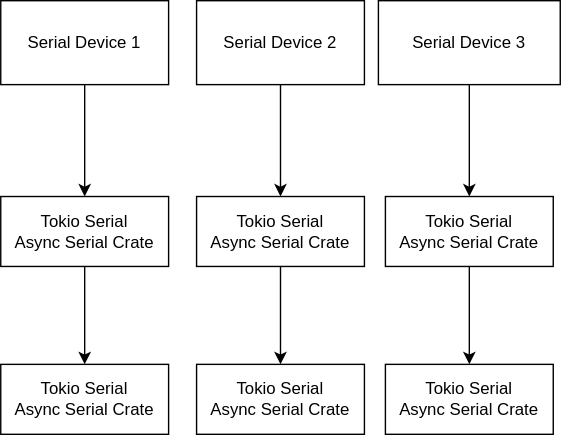
Above: serial2net-rs.svg in brandonrc/serial2net-rs (draw.io), before the change. Source tidied: cells renumbered, new cells last; positions are measured from the earlier drawing's top-left corner, leaving out a move shared by most shapes. The source it was exported from:
```xml
<mxGraphModel>
  <root>
    <mxCell id="0" />
    <mxCell id="1" parent="0" />
    <mxCell id="2" style="edgeStyle=orthogonalEdgeStyle;rounded=0;jettySize=auto;html=1;" parent="1" edge="1" source="3" target="9">
      <mxGeometry relative="1" as="geometry" />
    </mxCell>
    <mxCell id="3" value="Serial Device 1" style="rounded=0;whiteSpace=wrap;html=1;" parent="1" vertex="1">
      <mxGeometry width="120" height="60" as="geometry" />
    </mxCell>
    <mxCell id="4" style="edgeStyle=orthogonalEdgeStyle;rounded=0;jettySize=auto;html=1;" parent="1" edge="1" source="5" target="11">
      <mxGeometry relative="1" as="geometry" />
    </mxCell>
    <mxCell id="5" value="Serial Device 2" style="rounded=0;whiteSpace=wrap;html=1;" parent="1" vertex="1">
      <mxGeometry x="140" width="120" height="60" as="geometry" />
    </mxCell>
    <mxCell id="6" style="edgeStyle=orthogonalEdgeStyle;rounded=0;jettySize=auto;html=1;" parent="1" edge="1" source="7" target="13">
      <mxGeometry relative="1" as="geometry" />
    </mxCell>
    <mxCell id="7" value="Serial Device 3" style="rounded=0;whiteSpace=wrap;html=1;" parent="1" vertex="1">
      <mxGeometry x="270" width="130" height="60" as="geometry" />
    </mxCell>
    <mxCell id="8" style="edgeStyle=orthogonalEdgeStyle;rounded=0;jettySize=auto;html=1;" parent="1" edge="1" source="9" target="14">
      <mxGeometry relative="1" as="geometry" />
    </mxCell>
    <mxCell id="9" value="Tokio Serial&lt;br&gt;Async Serial Crate" style="rounded=0;whiteSpace=wrap;html=1;" parent="1" vertex="1">
      <mxGeometry y="140" width="120" height="50" as="geometry" />
    </mxCell>
    <mxCell id="10" style="edgeStyle=orthogonalEdgeStyle;rounded=0;jettySize=auto;html=1;" parent="1" edge="1" source="11" target="15">
      <mxGeometry relative="1" as="geometry" />
    </mxCell>
    <mxCell id="11" value="Tokio Serial&lt;br&gt;Async Serial Crate" style="rounded=0;whiteSpace=wrap;html=1;" parent="1" vertex="1">
      <mxGeometry x="140" y="140" width="120" height="50" as="geometry" />
    </mxCell>
    <mxCell id="12" style="edgeStyle=orthogonalEdgeStyle;rounded=0;jettySize=auto;html=1;" parent="1" edge="1" source="13" target="16">
      <mxGeometry relative="1" as="geometry" />
    </mxCell>
    <mxCell id="13" value="Tokio Serial&lt;br&gt;Async Serial Crate" style="rounded=0;whiteSpace=wrap;html=1;" parent="1" vertex="1">
      <mxGeometry x="275" y="140" width="120" height="50" as="geometry" />
    </mxCell>
    <mxCell id="14" value="Tokio Serial&lt;br&gt;Async Serial Crate" style="rounded=0;whiteSpace=wrap;html=1;" parent="1" vertex="1">
      <mxGeometry y="260" width="120" height="50" as="geometry" />
    </mxCell>
    <mxCell id="15" value="Tokio Serial&lt;br&gt;Async Serial Crate" style="rounded=0;whiteSpace=wrap;html=1;" parent="1" vertex="1">
      <mxGeometry x="140" y="260" width="120" height="50" as="geometry" />
    </mxCell>
    <mxCell id="16" value="Tokio Serial&lt;br&gt;Async Serial Crate" style="rounded=0;whiteSpace=wrap;html=1;" parent="1" vertex="1">
      <mxGeometry x="275" y="260" width="120" height="50" as="geometry" />
    </mxCell>
  </root>
</mxGraphModel>
```
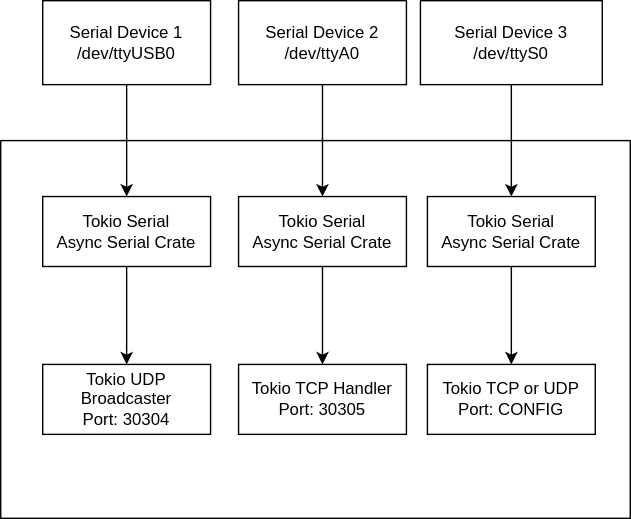
The same file after the commit.

Commit message:
Updating SVG diagram and adding some documentation to create fake serial devices on linux

The edit, as a diff of the source:
```diff
@@ -2,22 +2,25 @@
   <root>
     <mxCell id="0" />
     <mxCell id="1" parent="0" />
+    <mxCell id="17" style="rounded=0;whiteSpace=wrap;html=1;" parent="1" vertex="1">
+      <mxGeometry x="-30" y="100" width="450" height="270" as="geometry" />
+    </mxCell>
     <mxCell id="2" style="edgeStyle=orthogonalEdgeStyle;rounded=0;jettySize=auto;html=1;" parent="1" edge="1" source="3" target="9">
       <mxGeometry relative="1" as="geometry" />
     </mxCell>
-    <mxCell id="3" value="Serial Device 1" style="rounded=0;whiteSpace=wrap;html=1;" parent="1" vertex="1">
+    <mxCell id="3" value="Serial Device 1&lt;br&gt;/dev/ttyUSB0" style="rounded=0;whiteSpace=wrap;html=1;" parent="1" vertex="1">
       <mxGeometry width="120" height="60" as="geometry" />
     </mxCell>
     <mxCell id="4" style="edgeStyle=orthogonalEdgeStyle;rounded=0;jettySize=auto;html=1;" parent="1" edge="1" source="5" target="11">
       <mxGeometry relative="1" as="geometry" />
     </mxCell>
-    <mxCell id="5" value="Serial Device 2" style="rounded=0;whiteSpace=wrap;html=1;" parent="1" vertex="1">
+    <mxCell id="5" value="Serial Device 2&lt;br&gt;/dev/ttyA0" style="rounded=0;whiteSpace=wrap;html=1;" parent="1" vertex="1">
       <mxGeometry x="140" width="120" height="60" as="geometry" />
     </mxCell>
     <mxCell id="6" style="edgeStyle=orthogonalEdgeStyle;rounded=0;jettySize=auto;html=1;" parent="1" edge="1" source="7" target="13">
       <mxGeometry relative="1" as="geometry" />
     </mxCell>
-    <mxCell id="7" value="Serial Device 3" style="rounded=0;whiteSpace=wrap;html=1;" parent="1" vertex="1">
+    <mxCell id="7" value="Serial Device 3&lt;br&gt;/dev/ttyS0" style="rounded=0;whiteSpace=wrap;html=1;" parent="1" vertex="1">
       <mxGeometry x="270" width="130" height="60" as="geometry" />
     </mxCell>
     <mxCell id="8" style="edgeStyle=orthogonalEdgeStyle;rounded=0;jettySize=auto;html=1;" parent="1" edge="1" source="9" target="14">
@@ -38,13 +41,13 @@
     <mxCell id="13" value="Tokio Serial&lt;br&gt;Async Serial Crate" style="rounded=0;whiteSpace=wrap;html=1;" parent="1" vertex="1">
       <mxGeometry x="275" y="140" width="120" height="50" as="geometry" />
     </mxCell>
-    <mxCell id="14" value="Tokio Serial&lt;br&gt;Async Serial Crate" style="rounded=0;whiteSpace=wrap;html=1;" parent="1" vertex="1">
+    <mxCell id="14" value="Tokio UDP Broadcaster&lt;br&gt;Port: 30304" style="rounded=0;whiteSpace=wrap;html=1;" parent="1" vertex="1">
       <mxGeometry y="260" width="120" height="50" as="geometry" />
     </mxCell>
-    <mxCell id="15" value="Tokio Serial&lt;br&gt;Async Serial Crate" style="rounded=0;whiteSpace=wrap;html=1;" parent="1" vertex="1">
+    <mxCell id="15" value="Tokio TCP Handler&lt;br&gt;Port: 30305" style="rounded=0;whiteSpace=wrap;html=1;" parent="1" vertex="1">
       <mxGeometry x="140" y="260" width="120" height="50" as="geometry" />
     </mxCell>
-    <mxCell id="16" value="Tokio Serial&lt;br&gt;Async Serial Crate" style="rounded=0;whiteSpace=wrap;html=1;" parent="1" vertex="1">
+    <mxCell id="16" value="Tokio TCP or UDP&lt;br&gt;Port: CONFIG" style="rounded=0;whiteSpace=wrap;html=1;" parent="1" vertex="1">
       <mxGeometry x="275" y="260" width="120" height="50" as="geometry" />
     </mxCell>
   </root>
```
